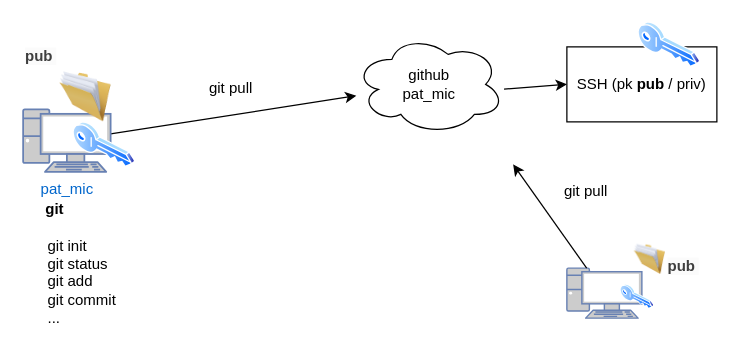
Earlier version of the draw.io diagram pizarrra.drawio (patmic/borraGit). Source tidied: cells renumbered, new cells numbered last; positions are measured from the earlier drawing's top-left corner, leaving out a move shared by most shapes. Both pictures are drawn from the tidied source at 125%, with x=0, y=0 at pixel (22, 21).
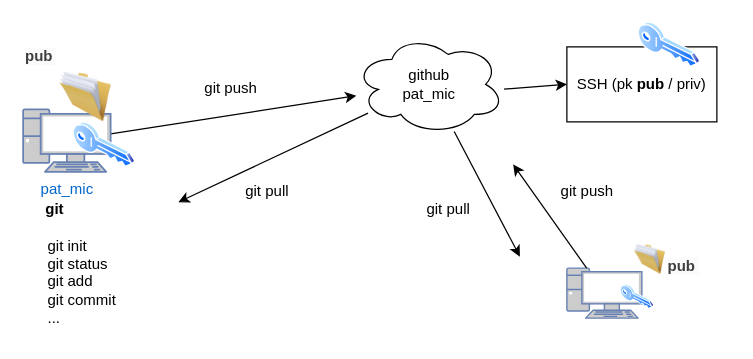
The same page after the edit.

The change refers to these unchanged cells:
```xml
<mxCell id="3" value="github&lt;div&gt;pat_mic&lt;/div&gt;" style="ellipse;shape=cloud;whiteSpace=wrap;html=1;" parent="1" vertex="1">
  <mxGeometry x="265" y="10" width="120" height="80" as="geometry" />
</mxCell>
```

Change to the diagram source:
```diff
@@
+    <mxCell id="20" style="edgeStyle=none;html=1;" parent="1" edge="1" source="3">
+      <mxGeometry relative="1" as="geometry">
+        <mxPoint x="124.2" y="144.2" as="targetPoint" />
+      </mxGeometry>
+    </mxCell>
+    <mxCell id="21" style="edgeStyle=none;html=1;" parent="1" edge="1" source="3">
+      <mxGeometry relative="1" as="geometry">
+        <mxPoint x="397.4" y="187.8" as="targetPoint" />
+      </mxGeometry>
+    </mxCell>
@@
-    <mxCell id="12" value="git pull" style="text;html=1;align=center;verticalAlign=middle;strokeColor=none;fillColor=none;" parent="1" vertex="1">
-      <mxGeometry x="139" y="40" width="53" height="26" as="geometry" />
+    <mxCell id="12" value="git push" style="text;html=1;align=center;verticalAlign=middle;strokeColor=none;fillColor=none;" parent="1" vertex="1">
+      <mxGeometry x="136" y="40" width="60" height="26" as="geometry" />
     </mxCell>
-    <mxCell id="13" value="git pull" style="text;html=1;align=center;verticalAlign=middle;strokeColor=none;fillColor=none;" parent="1" vertex="1">
-      <mxGeometry x="423.5" y="123" width="53" height="26" as="geometry" />
+    <mxCell id="13" value="git push" style="text;html=1;align=center;verticalAlign=middle;strokeColor=none;fillColor=none;" parent="1" vertex="1">
+      <mxGeometry x="420.5" y="123" width="60" height="26" as="geometry" />
     </mxCell>
@@
+    <mxCell id="22" value="git pull" style="text;html=1;align=center;verticalAlign=middle;strokeColor=none;fillColor=none;" parent="1" vertex="1">
+      <mxGeometry x="168" y="123" width="53" height="26" as="geometry" />
+    </mxCell>
+    <mxCell id="23" value="git pull" style="text;html=1;align=center;verticalAlign=middle;strokeColor=none;fillColor=none;" parent="1" vertex="1">
+      <mxGeometry x="313" y="137" width="53" height="26" as="geometry" />
+    </mxCell>
```
